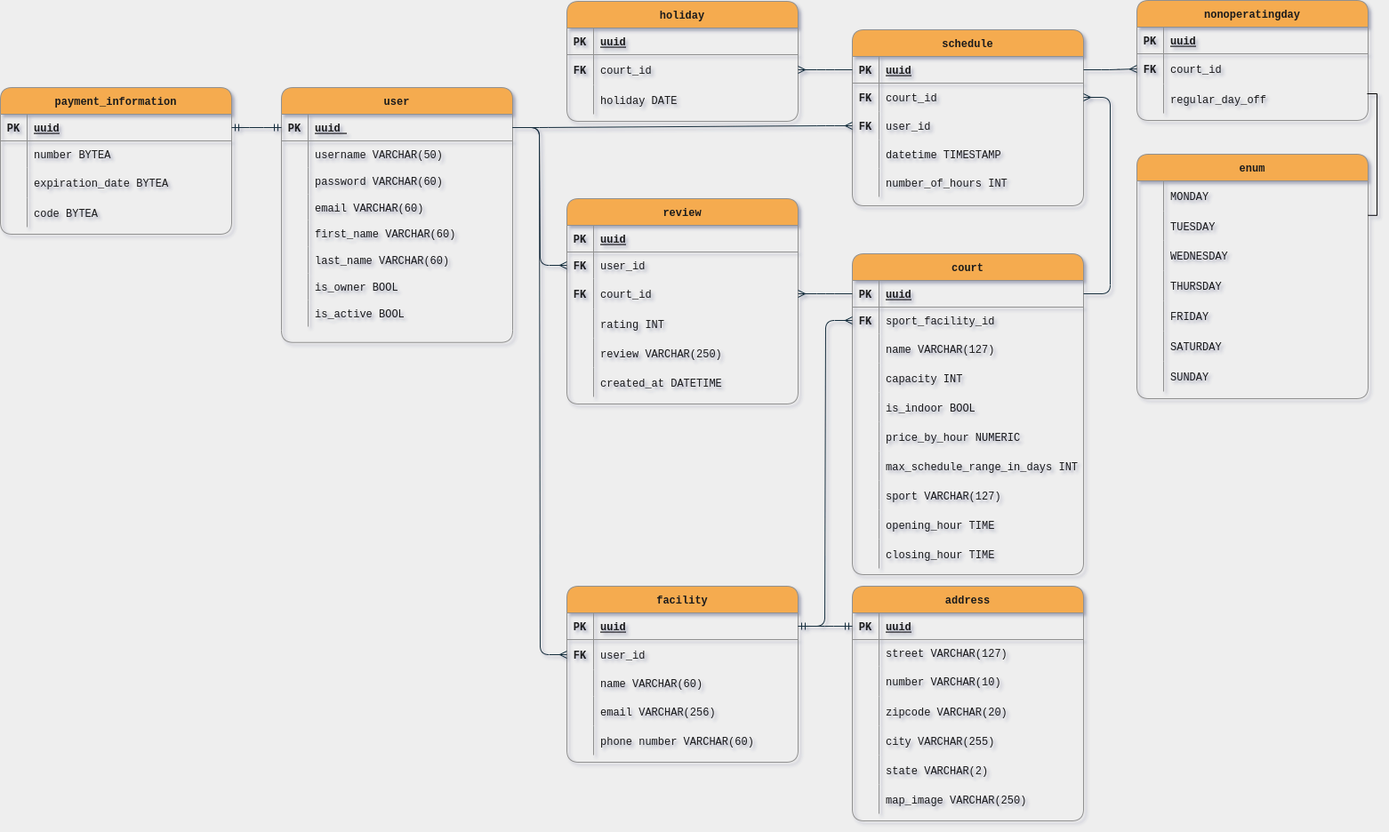
This is diagram-er.png from osmfaria/sport-facility-scheduler-backend, a draw.io export, as it was before one commit. Source tidied: cells renumbered, new cells last; positions are measured from the earlier drawing's top-left corner, leaving out a move shared by most shapes.
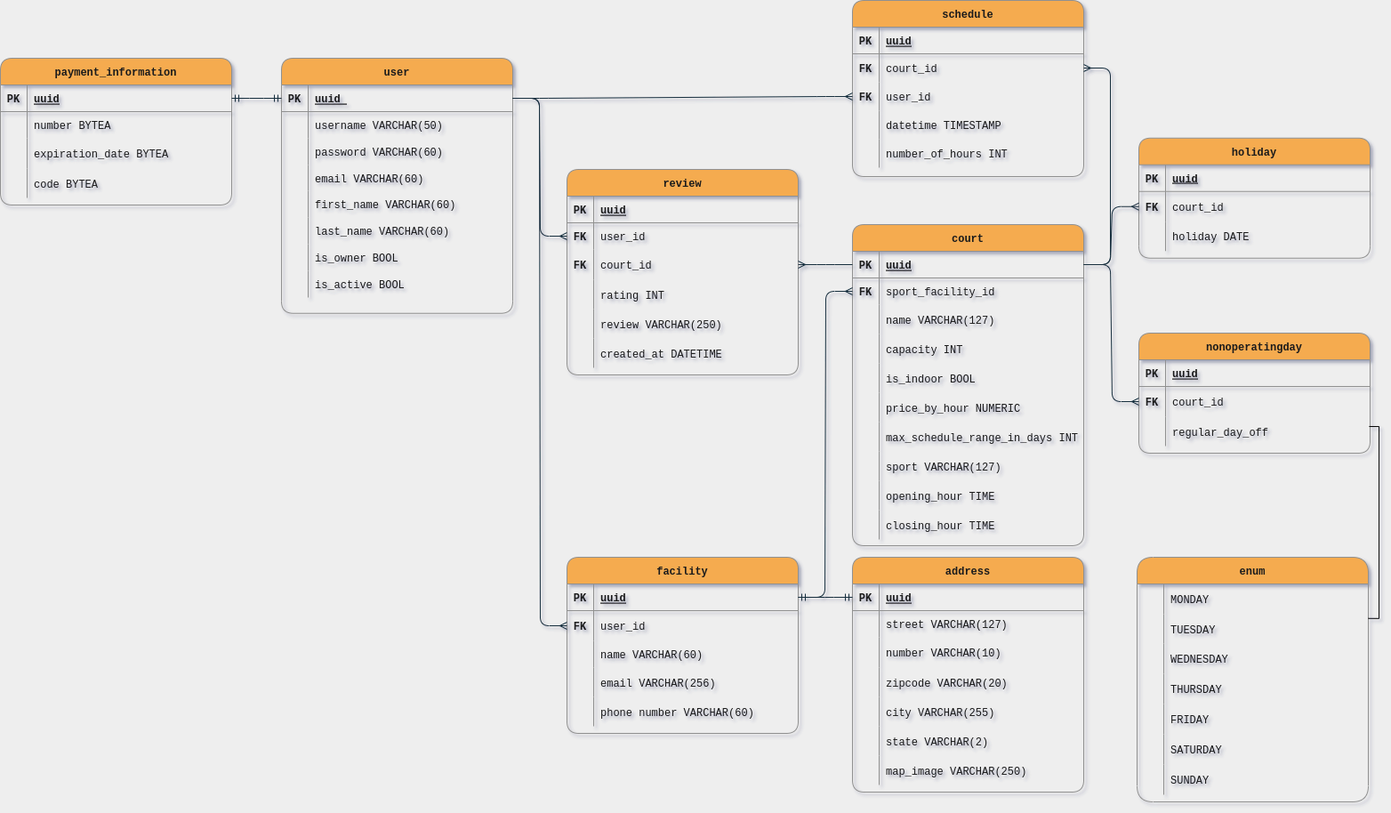
The same file after the commit.

Change to the diagram source:
```diff
@@ -489,7 +489,7 @@
       <mxGeometry relative="1" as="geometry" />
     </mxCell>
     <mxCell id="158" value="nonoperatingday" style="shape=table;startSize=30;rowLines=0;fontStyle=1;align=center;rounded=1;fillColor=#F5AB50;strokeColor=#909090;fontColor=#1A1A1A;fontSize=12;fontFamily=Courier New;" parent="1" vertex="1">
-      <mxGeometry x="1278" width="260" height="135" as="geometry" />
+      <mxGeometry x="1280" y="407" width="260" height="135" as="geometry" />
     </mxCell>
     <mxCell id="159" style="shape=tableRow;horizontal=0;startSize=0;swimlaneHead=0;swimlaneBody=0;fillColor=none;top=0;left=0;right=0;bottom=1;strokeColor=#909090;fontColor=#1A1A1A;rounded=1;fontSize=12;fontFamily=Courier New;" parent="158" vertex="1">
       <mxGeometry y="30" width="260" height="30" as="geometry" />
@@ -525,7 +525,7 @@
       <mxGeometry x="30" width="230" height="33" as="geometry" />
     </mxCell>
     <mxCell id="169" value="holiday" style="shape=table;startSize=30;rowLines=0;fontStyle=1;align=center;rounded=1;fillColor=#F5AB50;strokeColor=#909090;fontColor=#1A1A1A;fontSize=12;fontFamily=Courier New;" parent="1" vertex="1">
-      <mxGeometry x="637" y="1" width="260" height="135" as="geometry" />
+      <mxGeometry x="1280" y="187.8" width="260" height="135" as="geometry" />
     </mxCell>
     <mxCell id="170" style="shape=tableRow;horizontal=0;startSize=0;swimlaneHead=0;swimlaneBody=0;fillColor=none;top=0;left=0;right=0;bottom=1;strokeColor=#909090;fontColor=#1A1A1A;rounded=1;fontSize=12;fontFamily=Courier New;" parent="169" vertex="1">
       <mxGeometry y="30" width="260" height="30" as="geometry" />
@@ -560,14 +560,14 @@
     <mxCell id="179" value="holiday DATE" style="shape=partialRectangle;overflow=hidden;fillColor=none;top=0;left=0;bottom=0;right=0;align=left;spacingLeft=6;rounded=1;strokeColor=#909090;fontColor=#1A1A1A;fontSize=12;fontFamily=Courier New;" parent="177" vertex="1">
       <mxGeometry x="30" width="230" height="33" as="geometry" />
     </mxCell>
-    <mxCell id="180" style="edgeStyle=entityRelationEdgeStyle;fontSize=12;html=1;endArrow=ERmany;rounded=1;labelBackgroundColor=#EEEEEE;strokeColor=#182E3E;fontColor=#1A1A1A;exitX=1;exitY=0.5;exitDx=0;exitDy=0;fontFamily=Courier New;entryX=0;entryY=0.5;entryDx=0;entryDy=0;" parent="1" edge="1" source="28" target="162">
+    <mxCell id="180" style="edgeStyle=entityRelationEdgeStyle;fontSize=12;html=1;endArrow=ERmany;rounded=1;labelBackgroundColor=#EEEEEE;strokeColor=#182E3E;fontColor=#1A1A1A;exitX=1;exitY=0.5;exitDx=0;exitDy=0;fontFamily=Courier New;entryX=0;entryY=0.5;entryDx=0;entryDy=0;" parent="1" edge="1" source="45" target="162">
       <mxGeometry relative="1" as="geometry" />
     </mxCell>
-    <mxCell id="181" style="edgeStyle=entityRelationEdgeStyle;fontSize=12;html=1;endArrow=ERmany;rounded=1;labelBackgroundColor=#EEEEEE;strokeColor=#182E3E;fontColor=#1A1A1A;exitX=0;exitY=0.5;exitDx=0;exitDy=0;fontFamily=Courier New;entryX=1;entryY=0.5;entryDx=0;entryDy=0;" parent="1" edge="1" source="28" target="173">
+    <mxCell id="181" style="edgeStyle=entityRelationEdgeStyle;fontSize=12;html=1;endArrow=ERmany;rounded=1;labelBackgroundColor=#EEEEEE;strokeColor=#182E3E;fontColor=#1A1A1A;exitX=1;exitY=0.5;exitDx=0;exitDy=0;fontFamily=Courier New;entryX=0;entryY=0.5;entryDx=0;entryDy=0;" parent="1" edge="1" source="45" target="173">
       <mxGeometry relative="1" as="geometry" />
     </mxCell>
-    <mxCell id="182" value="enum" style="shape=table;startSize=30;rowLines=0;fontStyle=1;align=center;rounded=1;fillColor=#F5AB50;strokeColor=#909090;fontColor=#1A1A1A;fontSize=12;fontFamily=Courier New;" parent="1" vertex="1">
-      <mxGeometry x="1278" y="173" width="260" height="275" as="geometry" />
+    <mxCell id="182" value="enum" style="shape=table;startSize=30;rowLines=0;fontStyle=1;align=center;rounded=1;fillColor=#F5AB50;strokeColor=#909090;fontColor=#1A1A1A;fontSize=12;fontFamily=Courier New;arcSize=20;" parent="1" vertex="1">
+      <mxGeometry x="1278" y="659" width="260" height="275" as="geometry" />
     </mxCell>
     <mxCell id="183" style="shape=partialRectangle;fillColor=none;top=0;left=0;right=0;bottom=0;rounded=1;strokeColor=#909090;fontColor=#1A1A1A;fontSize=12;fontFamily=Courier New;" parent="182" vertex="1">
       <mxGeometry y="30" width="260" height="34" as="geometry" />
```
